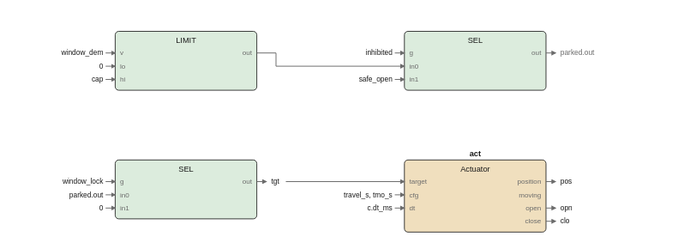
pstch/botanik2 keeps this draw.io diagram as images/logic/windows_fbd.drawio.svg. Above is the earlier version. Source tidied: cells renumbered, new cells last; positions are measured from the earlier drawing's top-left corner, leaving out a move shared by most shapes.
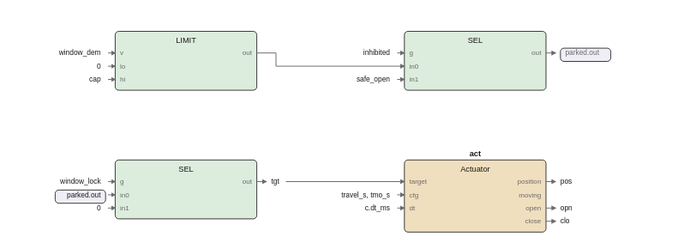
Later version of the same file.

The edit, as a diff of the source:
```diff
@@ -86,156 +86,142 @@
     <mxCell id="29" value="close" style="text;html=1;whiteSpace=nowrap;fontSize=6;fontColor=#6b6b6b;align=right;verticalAlign=middle;" parent="1" vertex="1">
       <mxGeometry x="385" y="153.7" width="20" height="9.8" as="geometry" />
     </mxCell>
-    <mxCell id="30" style="edgeStyle=none;html=1;strokeColor=#6b6b6b;endArrow=block;" parent="1" edge="1">
+    <mxCell id="30" style="edgeStyle=none;html=1;strokeColor=#6b6b6b;endArrow=block;exitX=1;exitY=0.3673;exitDx=0;exitDy=0;" parent="1" edge="1" source="14">
       <mxGeometry relative="1" as="geometry">
-        <mxPoint x="168" y="125" as="sourcePoint" />
         <mxPoint x="176" y="125" as="targetPoint" />
       </mxGeometry>
     </mxCell>
     <mxCell id="31" value="tgt" style="text;html=1;whiteSpace=nowrap;fontSize=6;fontColor=#1a1a1a;align=left;verticalAlign=middle;" parent="1" vertex="1">
       <mxGeometry x="180" y="120.5" width="20" height="10" as="geometry" />
     </mxCell>
-    <mxCell id="32" style="edgeStyle=none;html=1;strokeColor=#6b6b6b;endArrow=block;" parent="1" edge="1">
+    <mxCell id="32" style="edgeStyle=none;html=1;strokeColor=#6b6b6b;endArrow=block;exitX=1;exitY=0.3;exitDx=0;exitDy=0;" parent="1" edge="1" source="20">
       <mxGeometry relative="1" as="geometry">
-        <mxPoint x="409" y="125" as="sourcePoint" />
         <mxPoint x="417" y="125" as="targetPoint" />
       </mxGeometry>
     </mxCell>
     <mxCell id="33" value="pos" style="text;html=1;whiteSpace=nowrap;fontSize=6;fontColor=#1a1a1a;align=left;verticalAlign=middle;" parent="1" vertex="1">
       <mxGeometry x="421" y="120.5" width="20" height="10" as="geometry" />
     </mxCell>
-    <mxCell id="34" style="edgeStyle=none;html=1;strokeColor=#6b6b6b;endArrow=block;" parent="1" edge="1">
+    <mxCell id="34" style="edgeStyle=none;html=1;strokeColor=#6b6b6b;endArrow=block;exitX=1;exitY=0.6667;exitDx=0;exitDy=0;" parent="1" edge="1" source="20">
       <mxGeometry relative="1" as="geometry">
-        <mxPoint x="409" y="147" as="sourcePoint" />
         <mxPoint x="417" y="147" as="targetPoint" />
       </mxGeometry>
     </mxCell>
     <mxCell id="35" value="opn" style="text;html=1;whiteSpace=nowrap;fontSize=6;fontColor=#1a1a1a;align=left;verticalAlign=middle;" parent="1" vertex="1">
       <mxGeometry x="421" y="142.5" width="20" height="10" as="geometry" />
     </mxCell>
-    <mxCell id="36" style="edgeStyle=none;html=1;strokeColor=#6b6b6b;endArrow=block;" parent="1" edge="1">
+    <mxCell id="36" style="edgeStyle=none;html=1;strokeColor=#6b6b6b;endArrow=block;exitX=1;exitY=0.85;exitDx=0;exitDy=0;" parent="1" edge="1" source="20">
       <mxGeometry relative="1" as="geometry">
-        <mxPoint x="409" y="158" as="sourcePoint" />
         <mxPoint x="417" y="158" as="targetPoint" />
       </mxGeometry>
     </mxCell>
     <mxCell id="37" value="clo" style="text;html=1;whiteSpace=nowrap;fontSize=6;fontColor=#1a1a1a;align=left;verticalAlign=middle;" parent="1" vertex="1">
       <mxGeometry x="421" y="153.5" width="20" height="10" as="geometry" />
     </mxCell>
-    <mxCell id="38" style="edgeStyle=none;html=1;strokeColor=#6b6b6b;endArrow=block;" parent="1" edge="1">
+    <mxCell id="38" style="edgeStyle=none;html=1;strokeColor=#6b6b6b;endArrow=block;exitX=1;exitY=0.3673;exitDx=0;exitDy=0;" parent="1" edge="1" source="8">
       <mxGeometry relative="1" as="geometry">
-        <mxPoint x="409" y="18" as="sourcePoint" />
         <mxPoint x="417" y="18" as="targetPoint" />
       </mxGeometry>
     </mxCell>
-    <mxCell id="39" value="parked.out" style="text;html=1;whiteSpace=nowrap;fontSize=6;fontColor=#6b6b6b;align=left;verticalAlign=middle;" parent="1" vertex="1">
-      <mxGeometry x="421" y="13.5" width="37" height="10" as="geometry" />
+    <mxCell id="39" style="rounded=1;fillColor=#efeef6;strokeColor=#1a1a1a;whiteSpace=wrap;html=1;fontSize=8;" parent="1" vertex="1">
+      <mxGeometry x="421" y="14" width="42" height="11" as="geometry" />
     </mxCell>
-    <mxCell id="40" style="edgeStyle=none;html=1;strokeColor=#6b6b6b;endArrow=block;" parent="1" edge="1">
-      <mxGeometry relative="1" as="geometry">
-        <mxPoint x="168" y="18" as="sourcePoint" />
-        <mxPoint x="291" y="29" as="targetPoint" />
-        <Array as="points">
-          <mxPoint x="184" y="18" />
-          <mxPoint x="184" y="29" />
-        </Array>
-      </mxGeometry>
-    </mxCell>
+    <mxCell id="54" value="parked.out" style="text;html=1;whiteSpace=nowrap;fontSize=6;fontColor=#6b6b6b;align=left;verticalAlign=middle;" parent="1" vertex="1">
+      <mxGeometry x="425" y="13.5" width="37" height="10" as="geometry" />
+    </mxCell>
-    <mxCell id="41" style="edgeStyle=none;html=1;strokeColor=#6b6b6b;endArrow=block;" parent="1" edge="1">
+    <mxCell id="41" style="edgeStyle=none;html=1;strokeColor=#6b6b6b;endArrow=block;exitX=1;exitY=0.3673;exitDx=0;exitDy=0;entryX=0;entryY=0.5918;entryDx=0;entryDy=0;" parent="1" edge="1" source="2" target="8">
       <mxGeometry relative="1" as="geometry">
-        <mxPoint x="192.2" y="125" as="sourcePoint" />
-        <mxPoint x="291" y="125" as="targetPoint" />
+        <Array as="points">
+          <mxPoint x="184" y="18" />
+          <mxPoint x="184" y="29" />
+        </Array>
       </mxGeometry>
     </mxCell>
+    <mxCell id="62" style="edgeStyle=none;html=1;strokeColor=#6b6b6b;endArrow=block;exitX=1;exitY=0.3673;exitDx=0;exitDy=0;entryX=0;entryY=0.3;entryDx=0;entryDy=0;" parent="1" edge="1" source="14" target="20">
+      <mxGeometry relative="1" as="geometry" />
+    </mxCell>
     <mxCell id="42" value="window_dem" style="text;html=1;whiteSpace=nowrap;fontSize=6;fontColor=#1a1a1a;align=right;verticalAlign=middle;" parent="1" vertex="1">
-      <mxGeometry x="3" y="13.5" width="37" height="10" as="geometry" />
+      <mxGeometry x="1" y="13.5" width="37" height="10" as="geometry" />
     </mxCell>
-    <mxCell id="43" style="edgeStyle=none;html=1;strokeColor=#6b6b6b;endArrow=block;" parent="1" edge="1">
-      <mxGeometry relative="1" as="geometry">
-        <mxPoint x="42" y="18" as="sourcePoint" />
-        <mxPoint x="50" y="18" as="targetPoint" />
-      </mxGeometry>
-    </mxCell>
+    <mxCell id="63" style="edgeStyle=none;html=1;strokeColor=#6b6b6b;endArrow=block;entryX=0;entryY=0.3673;entryDx=0;entryDy=0;" parent="1" edge="1" target="2">
+      <mxGeometry relative="1" as="geometry">
+        <mxPoint x="44" y="18" as="sourcePoint" />
+      </mxGeometry>
+    </mxCell>
     <mxCell id="44" value="0" style="text;html=1;whiteSpace=nowrap;fontSize=6;fontColor=#1a1a1a;align=right;verticalAlign=middle;" parent="1" vertex="1">
-      <mxGeometry x="20" y="24.5" width="20" height="10" as="geometry" />
+      <mxGeometry x="18" y="24.5" width="20" height="10" as="geometry" />
     </mxCell>
-    <mxCell id="45" style="edgeStyle=none;html=1;strokeColor=#6b6b6b;endArrow=block;" parent="1" edge="1">
-      <mxGeometry relative="1" as="geometry">
-        <mxPoint x="42" y="29" as="sourcePoint" />
-        <mxPoint x="50" y="29" as="targetPoint" />
-      </mxGeometry>
-    </mxCell>
+    <mxCell id="64" style="edgeStyle=none;html=1;strokeColor=#6b6b6b;endArrow=block;entryX=0;entryY=0.5918;entryDx=0;entryDy=0;" parent="1" edge="1" target="2">
+      <mxGeometry relative="1" as="geometry">
+        <mxPoint x="44" y="29" as="sourcePoint" />
+      </mxGeometry>
+    </mxCell>
     <mxCell id="46" value="cap" style="text;html=1;whiteSpace=nowrap;fontSize=6;fontColor=#1a1a1a;align=right;verticalAlign=middle;" parent="1" vertex="1">
-      <mxGeometry x="20" y="35.5" width="20" height="10" as="geometry" />
+      <mxGeometry x="18" y="35.5" width="20" height="10" as="geometry" />
     </mxCell>
-    <mxCell id="47" style="edgeStyle=none;html=1;strokeColor=#6b6b6b;endArrow=block;" parent="1" edge="1">
-      <mxGeometry relative="1" as="geometry">
-        <mxPoint x="42" y="40" as="sourcePoint" />
-        <mxPoint x="50" y="40" as="targetPoint" />
-      </mxGeometry>
-    </mxCell>
+    <mxCell id="65" style="edgeStyle=none;html=1;strokeColor=#6b6b6b;endArrow=block;entryX=0;entryY=0.8163;entryDx=0;entryDy=0;" parent="1" edge="1" target="2">
+      <mxGeometry relative="1" as="geometry">
+        <mxPoint x="44" y="40" as="sourcePoint" />
+      </mxGeometry>
+    </mxCell>
     <mxCell id="48" value="inhibited" style="text;html=1;whiteSpace=nowrap;fontSize=6;fontColor=#1a1a1a;align=right;verticalAlign=middle;" parent="1" vertex="1">
-      <mxGeometry x="247.3" y="13.5" width="33.7" height="10" as="geometry" />
+      <mxGeometry x="245.3" y="13.5" width="33.7" height="10" as="geometry" />
     </mxCell>
-    <mxCell id="49" style="edgeStyle=none;html=1;strokeColor=#6b6b6b;endArrow=block;" parent="1" edge="1">
-      <mxGeometry relative="1" as="geometry">
-        <mxPoint x="283" y="18" as="sourcePoint" />
-        <mxPoint x="291" y="18" as="targetPoint" />
-      </mxGeometry>
-    </mxCell>
+    <mxCell id="66" style="edgeStyle=none;html=1;strokeColor=#6b6b6b;endArrow=block;entryX=0;entryY=0.3673;entryDx=0;entryDy=0;" parent="1" edge="1" target="8">
+      <mxGeometry relative="1" as="geometry">
+        <mxPoint x="285" y="18" as="sourcePoint" />
+      </mxGeometry>
+    </mxCell>
     <mxCell id="50" value="safe_open" style="text;html=1;whiteSpace=nowrap;fontSize=6;fontColor=#1a1a1a;align=right;verticalAlign=middle;" parent="1" vertex="1">
-      <mxGeometry x="247.3" y="35.5" width="33.7" height="10" as="geometry" />
+      <mxGeometry x="245.3" y="35.5" width="33.7" height="10" as="geometry" />
     </mxCell>
-    <mxCell id="51" style="edgeStyle=none;html=1;strokeColor=#6b6b6b;endArrow=block;" parent="1" edge="1">
-      <mxGeometry relative="1" as="geometry">
-        <mxPoint x="283" y="40" as="sourcePoint" />
-        <mxPoint x="291" y="40" as="targetPoint" />
-      </mxGeometry>
-    </mxCell>
+    <mxCell id="67" style="edgeStyle=none;html=1;strokeColor=#6b6b6b;endArrow=block;entryX=0;entryY=0.8163;entryDx=0;entryDy=0;" parent="1" edge="1" target="8">
+      <mxGeometry relative="1" as="geometry">
+        <mxPoint x="285" y="40" as="sourcePoint" />
+      </mxGeometry>
+    </mxCell>
     <mxCell id="52" value="window_lock" style="text;html=1;whiteSpace=nowrap;fontSize=6;fontColor=#1a1a1a;align=right;verticalAlign=middle;" parent="1" vertex="1">
-      <mxGeometry x="-0.3" y="120.5" width="40.3" height="10" as="geometry" />
+      <mxGeometry x="-2.3" y="120.5" width="40.3" height="10" as="geometry" />
     </mxCell>
-    <mxCell id="53" style="edgeStyle=none;html=1;strokeColor=#6b6b6b;endArrow=block;" parent="1" edge="1">
-      <mxGeometry relative="1" as="geometry">
-        <mxPoint x="42" y="125" as="sourcePoint" />
-        <mxPoint x="50" y="125" as="targetPoint" />
-      </mxGeometry>
-    </mxCell>
-    <mxCell id="54" value="parked.out" style="text;html=1;whiteSpace=nowrap;fontSize=6;fontColor=#1a1a1a;align=right;verticalAlign=middle;" parent="1" vertex="1">
-      <mxGeometry x="3" y="131.5" width="37" height="10" as="geometry" />
-    </mxCell>
-    <mxCell id="55" style="edgeStyle=none;html=1;strokeColor=#6b6b6b;endArrow=block;" parent="1" edge="1">
-      <mxGeometry relative="1" as="geometry">
-        <mxPoint x="42" y="136" as="sourcePoint" />
-        <mxPoint x="50" y="136" as="targetPoint" />
-      </mxGeometry>
-    </mxCell>
+    <mxCell id="68" style="edgeStyle=none;html=1;strokeColor=#6b6b6b;endArrow=block;entryX=0;entryY=0.3673;entryDx=0;entryDy=0;" parent="1" edge="1" target="14">
+      <mxGeometry relative="1" as="geometry">
+        <mxPoint x="44" y="125" as="sourcePoint" />
+      </mxGeometry>
+    </mxCell>
+    <mxCell id="69" style="rounded=1;fillColor=#efeef6;strokeColor=#1a1a1a;whiteSpace=wrap;html=1;fontSize=8;" parent="1" vertex="1">
+      <mxGeometry y="132" width="42" height="11" as="geometry" />
+    </mxCell>
-    <mxCell id="56" value="0" style="text;html=1;whiteSpace=nowrap;fontSize=6;fontColor=#1a1a1a;align=right;verticalAlign=middle;" parent="1" vertex="1">
-      <mxGeometry x="20" y="142.5" width="20" height="10" as="geometry" />
+    <mxCell id="56" value="parked.out" style="text;html=1;whiteSpace=nowrap;fontSize=6;fontColor=#1a1a1a;align=right;verticalAlign=middle;" parent="1" vertex="1">
+      <mxGeometry x="1" y="131.5" width="37" height="10" as="geometry" />
     </mxCell>
-    <mxCell id="57" style="edgeStyle=none;html=1;strokeColor=#6b6b6b;endArrow=block;" parent="1" edge="1">
+    <mxCell id="57" style="edgeStyle=none;html=1;strokeColor=#6b6b6b;endArrow=block;entryX=0;entryY=0.5918;entryDx=0;entryDy=0;" parent="1" edge="1" target="14">
       <mxGeometry relative="1" as="geometry">
-        <mxPoint x="42" y="147" as="sourcePoint" />
-        <mxPoint x="50" y="147" as="targetPoint" />
+        <mxPoint x="44" y="136" as="sourcePoint" />
       </mxGeometry>
     </mxCell>
-    <mxCell id="58" value="travel_s, tmo_s" style="text;html=1;whiteSpace=nowrap;fontSize=6;fontColor=#1a1a1a;align=right;verticalAlign=middle;" parent="1" vertex="1">
-      <mxGeometry x="227.5" y="131.5" width="53.5" height="10" as="geometry" />
+    <mxCell id="58" value="0" style="text;html=1;whiteSpace=nowrap;fontSize=6;fontColor=#1a1a1a;align=right;verticalAlign=middle;" parent="1" vertex="1">
+      <mxGeometry x="18" y="142.5" width="20" height="10" as="geometry" />
     </mxCell>
-    <mxCell id="59" style="edgeStyle=none;html=1;strokeColor=#6b6b6b;endArrow=block;" parent="1" edge="1">
+    <mxCell id="59" style="edgeStyle=none;html=1;strokeColor=#6b6b6b;endArrow=block;entryX=0;entryY=0.8163;entryDx=0;entryDy=0;" parent="1" edge="1" target="14">
       <mxGeometry relative="1" as="geometry">
-        <mxPoint x="283" y="136" as="sourcePoint" />
-        <mxPoint x="291" y="136" as="targetPoint" />
+        <mxPoint x="44" y="147" as="sourcePoint" />
       </mxGeometry>
     </mxCell>
-    <mxCell id="60" value="c.dt_ms" style="text;html=1;whiteSpace=nowrap;fontSize=6;fontColor=#1a1a1a;align=right;verticalAlign=middle;" parent="1" vertex="1">
-      <mxGeometry x="253.9" y="142.5" width="27.1" height="10" as="geometry" />
+    <mxCell id="60" value="travel_s, tmo_s" style="text;html=1;whiteSpace=nowrap;fontSize=6;fontColor=#1a1a1a;align=right;verticalAlign=middle;" parent="1" vertex="1">
+      <mxGeometry x="225.5" y="131.5" width="53.5" height="10" as="geometry" />
     </mxCell>
-    <mxCell id="61" style="edgeStyle=none;html=1;strokeColor=#6b6b6b;endArrow=block;" parent="1" edge="1">
+    <mxCell id="61" style="edgeStyle=none;html=1;strokeColor=#6b6b6b;endArrow=block;entryX=0;entryY=0.4833;entryDx=0;entryDy=0;" parent="1" edge="1" target="20">
       <mxGeometry relative="1" as="geometry">
-        <mxPoint x="283" y="147" as="sourcePoint" />
-        <mxPoint x="291" y="147" as="targetPoint" />
+        <mxPoint x="285" y="136" as="sourcePoint" />
       </mxGeometry>
     </mxCell>
+    <mxCell id="70" value="c.dt_ms" style="text;html=1;whiteSpace=nowrap;fontSize=6;fontColor=#1a1a1a;align=right;verticalAlign=middle;" parent="1" vertex="1">
+      <mxGeometry x="251.9" y="142.5" width="27.1" height="10" as="geometry" />
+    </mxCell>
+    <mxCell id="71" style="edgeStyle=none;html=1;strokeColor=#6b6b6b;endArrow=block;entryX=0;entryY=0.6667;entryDx=0;entryDy=0;" parent="1" edge="1" target="20">
+      <mxGeometry relative="1" as="geometry">
+        <mxPoint x="285" y="147" as="sourcePoint" />
+      </mxGeometry>
+    </mxCell>
   </root>
 </mxGraphModel>
```
